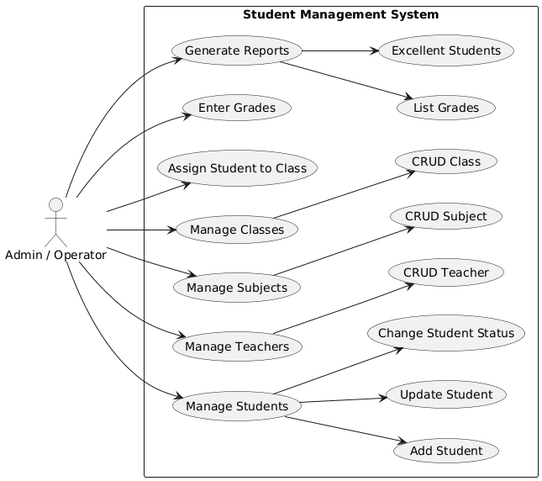
NguyenHoangTrung-22BI13438/SchoolManager keeps this PlantUML diagram as Use-case diagram.png. Above is the earlier version. The source it was exported from:
```plantuml
@startuml
left to right direction
skinparam packageStyle rectangle

actor "Admin / Operator" as User

rectangle "Student Management System" {
  User --> (Manage Students)
  User --> (Manage Teachers)
  User --> (Manage Subjects)
  User --> (Manage Classes)
  User --> (Assign Student to Class)
  User --> (Enter Grades)
  User --> (Generate Reports)

  (Manage Students) --> (Add Student)
  (Manage Students) --> (Update Student)
  (Manage Students) --> (Change Student Status)

  (Manage Teachers) --> (CRUD Teacher)
  (Manage Subjects) --> (CRUD Subject)
  (Manage Classes) --> (CRUD Class)

  (Generate Reports) --> (List Grades)
  (Generate Reports) --> (Excellent Students)
}
@enduml
```
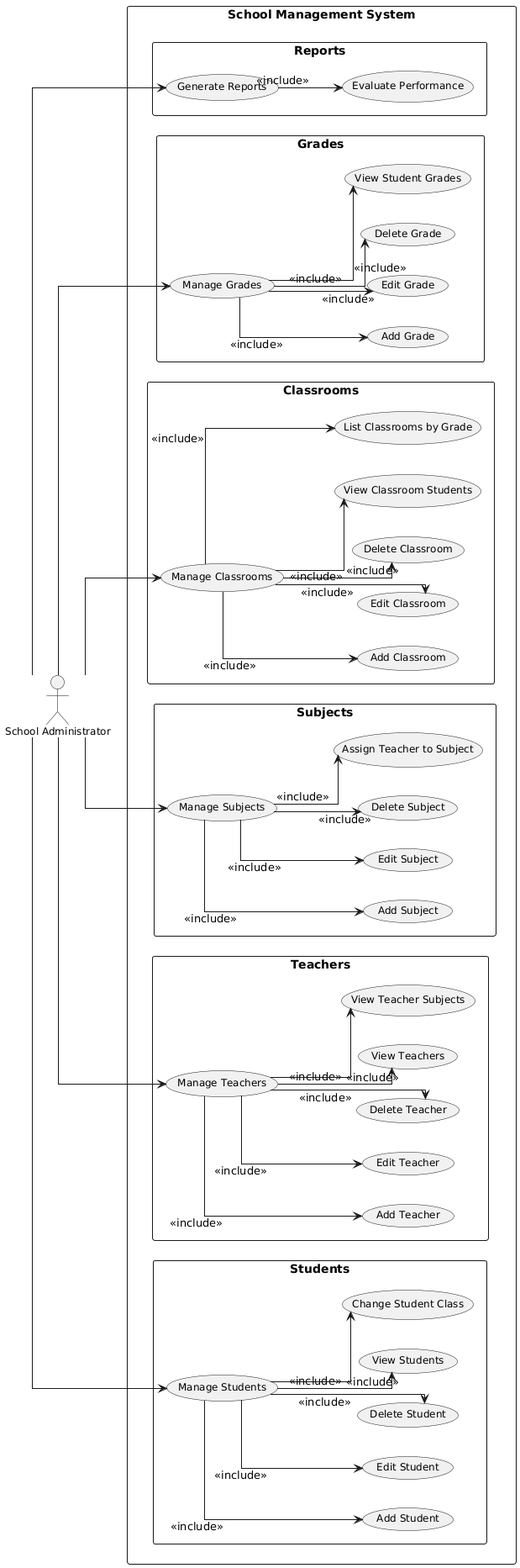
After the commit.

What changed in the source:
```diff
@@ -1,27 +1,99 @@
 @startuml
 left to right direction
 skinparam packageStyle rectangle
+skinparam shadowing false
+skinparam usecaseFontSize 12
+skinparam actorFontSize 12
+skinparam usecasePadding 12
+skinparam packagePadding 10
+skinparam linetype ortho
 
-actor "Admin / Operator" as User
+actor "School Administrator" as Admin
 
-rectangle "Student Management System" {
-  User --> (Manage Students)
-  User --> (Manage Teachers)
-  User --> (Manage Subjects)
-  User --> (Manage Classes)
-  User --> (Assign Student to Class)
-  User --> (Enter Grades)
-  User --> (Generate Reports)
+package "School Management System" {
+  package "Students" {
+    usecase (Manage Students)             as MS
+    usecase (Add Student)                 as MS_Add
+    usecase (Edit Student)                as MS_Edit
+    usecase (Delete Student)              as MS_Delete
+    usecase (View Students)               as MS_View
+    usecase (Change Student Class)        as MS_ChangeClass
+  }
 
-  (Manage Students) --> (Add Student)
-  (Manage Students) --> (Update Student)
-  (Manage Students) --> (Change Student Status)
+  package "Teachers" {
+    usecase (Manage Teachers)             as MT
+    usecase (Add Teacher)                 as MT_Add
+    usecase (Edit Teacher)                as MT_Edit
+    usecase (Delete Teacher)              as MT_Delete
+    usecase (View Teachers)               as MT_View
+    usecase (View Teacher Subjects)       as MT_ViewSubs
+  }
 
-  (Manage Teachers) --> (CRUD Teacher)
-  (Manage Subjects) --> (CRUD Subject)
-  (Manage Classes) --> (CRUD Class)
+  package "Subjects" {
+    usecase (Manage Subjects)             as MSub
+    usecase (Add Subject)                 as Sub_Add
+    usecase (Edit Subject)                as Sub_Edit
+    usecase (Delete Subject)              as Sub_Delete
+    usecase (Assign Teacher to Subject)   as Sub_Assign
+  }
 
-  (Generate Reports) --> (List Grades)
-  (Generate Reports) --> (Excellent Students)
+  package "Classrooms" {
+    usecase (Manage Classrooms)           as MC
+    usecase (Add Classroom)               as C_Add
+    usecase (Edit Classroom)              as C_Edit
+    usecase (Delete Classroom)            as C_Delete
+    usecase (View Classroom Students)     as C_ViewStudents
+    usecase (List Classrooms by Grade)    as C_ListByGrade
+  }
+
+  package "Grades" {
+    usecase (Manage Grades)               as MG
+    usecase (Add Grade)                   as G_Add
+    usecase (Edit Grade)                  as G_Edit
+    usecase (Delete Grade)                as G_Delete
+    usecase (View Student Grades)         as G_View
+  }
+
+  package "Reports" {
+    usecase (Generate Reports)            as GR
+    usecase (Evaluate Performance)        as GR_Eval
+  }
 }
+
+Admin --> MS
+Admin --> MT
+Admin --> MSub
+Admin --> MC
+Admin --> MG
+Admin --> GR
+
+MS --> MS_Add        : <<include>>
+MS --> MS_Edit       : <<include>>
+MS --> MS_Delete     : <<include>>
+MS --> MS_View       : <<include>>
+MS --> MS_ChangeClass: <<include>>
+
+MT --> MT_Add        : <<include>>
+MT --> MT_Edit       : <<include>>
+MT --> MT_Delete     : <<include>>
+MT --> MT_View       : <<include>>
+MT --> MT_ViewSubs   : <<include>>
+
+MSub --> Sub_Add     : <<include>>
+MSub --> Sub_Edit    : <<include>>
+MSub --> Sub_Delete  : <<include>>
+MSub --> Sub_Assign  : <<include>>
+
+MC --> C_Add         : <<include>>
+MC --> C_Edit        : <<include>>
+MC --> C_Delete      : <<include>>
+MC --> C_ViewStudents: <<include>>
+MC --> C_ListByGrade : <<include>>
+
+MG --> G_Add         : <<include>>
+MG --> G_Edit        : <<include>>
+MG --> G_Delete      : <<include>>
+MG --> G_View        : <<include>>
+
+GR --> GR_Eval       : <<include>>
 @enduml
```
